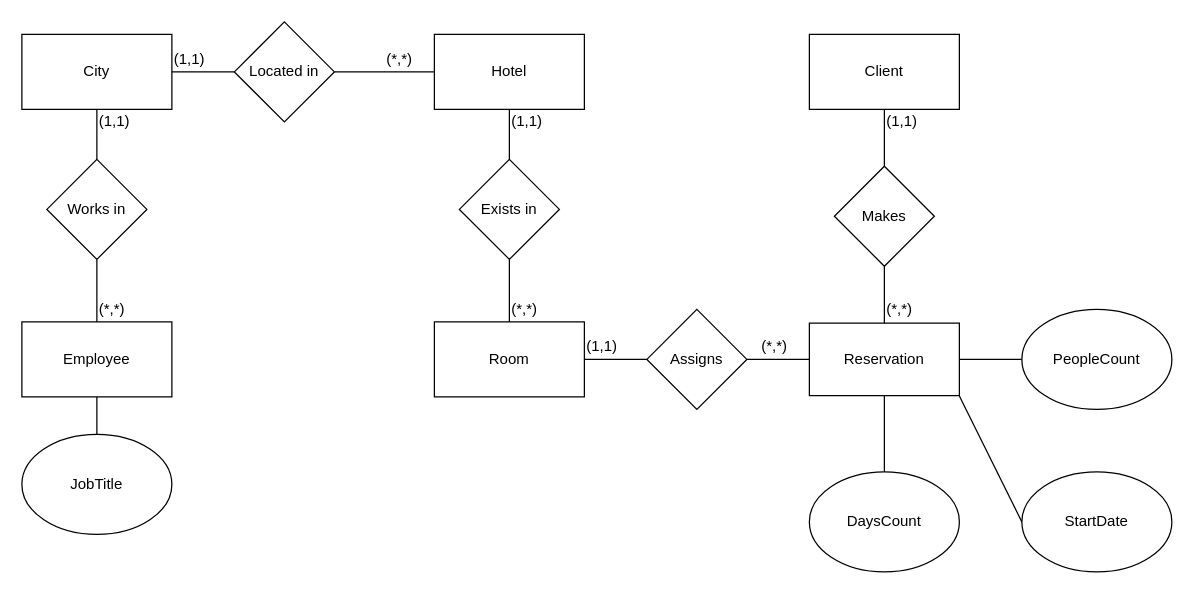
Before: Task1/Task1.drawio in devtot0/FundamentalsOfDatabases, a draw.io diagram. Source tidied: cells renumbered, new cells numbered last; positions are measured from the earlier drawing's top-left corner, leaving out a move shared by most shapes. Both pictures are drawn from the tidied source at 125%, with x=0, y=0 at pixel (21, 21).
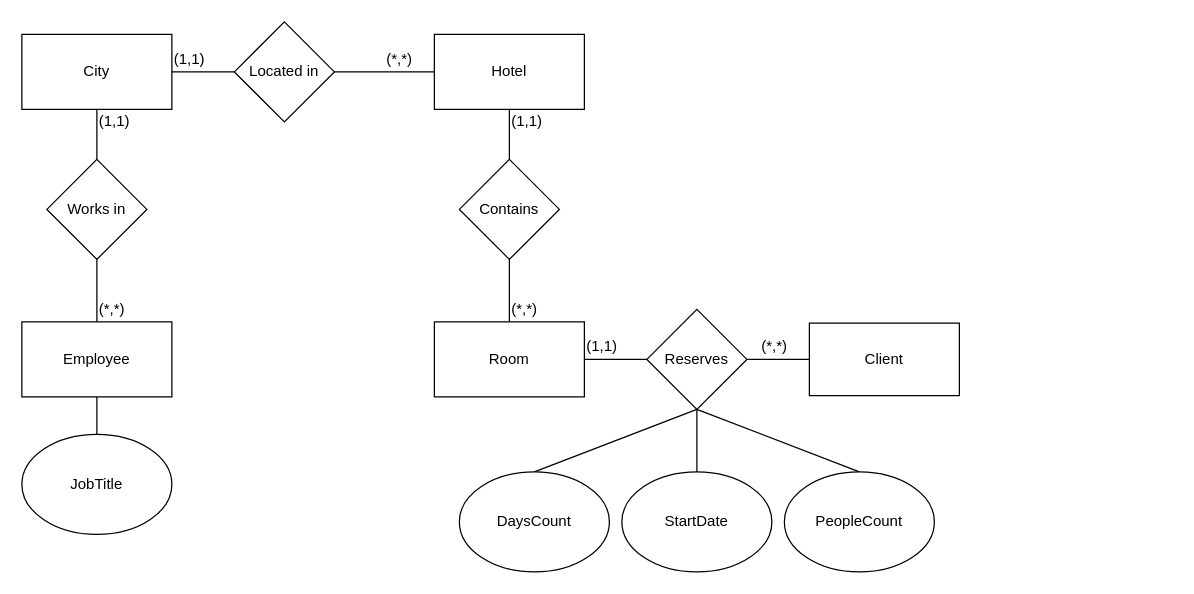
After the change.

Commit message:
Update: Reserves relation

Diff of the diagram source:
```diff
@@
-    <mxCell id="7" value="Reservation&lt;br&gt;" style="rounded=0;whiteSpace=wrap;html=1;" parent="1" vertex="1">
+    <mxCell id="7" value="Client&lt;br&gt;" style="rounded=0;whiteSpace=wrap;html=1;" parent="1" vertex="1">
       <mxGeometry x="630" y="241" width="120" height="58" as="geometry" />
     </mxCell>
-    <mxCell id="8" style="edgeStyle=none;rounded=0;jettySize=auto;html=1;exitX=0;exitY=0.5;exitDx=0;exitDy=0;entryX=1;entryY=0.5;entryDx=0;entryDy=0;endArrow=none;endFill=0;" parent="1" edge="1" source="9" target="7">
+    <mxCell id="8" style="edgeStyle=none;rounded=0;jettySize=auto;html=1;exitX=0.5;exitY=0;exitDx=0;exitDy=0;entryX=0.5;entryY=1;entryDx=0;entryDy=0;endArrow=none;endFill=0;" parent="1" edge="1" source="9" target="25">
       <mxGeometry relative="1" as="geometry" />
     </mxCell>
     <mxCell id="9" value="PeopleCount" style="ellipse;whiteSpace=wrap;html=1;" parent="1" vertex="1">
-      <mxGeometry x="800" y="230" width="120" height="80" as="geometry" />
+      <mxGeometry x="610" y="360" width="120" height="80" as="geometry" />
     </mxCell>
-    <mxCell id="10" style="edgeStyle=none;rounded=0;jettySize=auto;html=1;exitX=0;exitY=0.5;exitDx=0;exitDy=0;entryX=1;entryY=1.006;entryDx=0;entryDy=0;endArrow=none;endFill=0;entryPerimeter=0;" parent="1" edge="1" source="11" target="7">
+    <mxCell id="10" style="edgeStyle=none;rounded=0;jettySize=auto;html=1;exitX=0.5;exitY=0;exitDx=0;exitDy=0;entryX=0.5;entryY=1;entryDx=0;entryDy=0;endArrow=none;endFill=0;" parent="1" edge="1" source="11" target="25">
       <mxGeometry relative="1" as="geometry" />
     </mxCell>
     <mxCell id="11" value="StartDate" style="ellipse;whiteSpace=wrap;html=1;" parent="1" vertex="1">
-      <mxGeometry x="800" y="360" width="120" height="80" as="geometry" />
+      <mxGeometry x="480" y="360" width="120" height="80" as="geometry" />
     </mxCell>
-    <mxCell id="12" style="edgeStyle=none;rounded=0;jettySize=auto;html=1;exitX=0.5;exitY=0;exitDx=0;exitDy=0;entryX=0.5;entryY=1;entryDx=0;entryDy=0;endArrow=none;endFill=0;" parent="1" edge="1" source="13" target="7">
+    <mxCell id="12" style="edgeStyle=none;rounded=0;jettySize=auto;html=1;exitX=0.5;exitY=0;exitDx=0;exitDy=0;entryX=0.5;entryY=1;entryDx=0;entryDy=0;endArrow=none;endFill=0;" parent="1" edge="1" source="13" target="25">
       <mxGeometry relative="1" as="geometry" />
     </mxCell>
     <mxCell id="13" value="DaysCount&lt;br&gt;" style="ellipse;whiteSpace=wrap;html=1;" parent="1" vertex="1">
-      <mxGeometry x="630" y="360" width="120" height="80" as="geometry" />
+      <mxGeometry x="350" y="360" width="120" height="80" as="geometry" />
     </mxCell>
@@
-    <mxCell id="15" value="Exists in" style="rhombus;whiteSpace=wrap;html=1;" parent="1" vertex="1">
+    <mxCell id="15" value="Contains" style="rhombus;whiteSpace=wrap;html=1;" parent="1" vertex="1">
       <mxGeometry x="350" y="110" width="80" height="80" as="geometry" />
     </mxCell>
@@
-    <mxCell id="25" value="Assigns" style="rhombus;whiteSpace=wrap;html=1;" parent="1" vertex="1">
+    <mxCell id="25" value="Reserves" style="rhombus;whiteSpace=wrap;html=1;" parent="1" vertex="1">
       <mxGeometry x="500" y="230" width="80" height="80" as="geometry" />
     </mxCell>
@@
-    <mxCell id="35" value="Client" style="rounded=0;whiteSpace=wrap;html=1;" parent="1" vertex="1">
-      <mxGeometry x="630" y="10" width="120" height="60" as="geometry" />
-    </mxCell>
-    <mxCell id="36" style="rounded=0;jettySize=auto;html=1;exitX=0.5;exitY=0;exitDx=0;exitDy=0;entryX=0.5;entryY=1;entryDx=0;entryDy=0;endArrow=none;endFill=0;" parent="1" edge="1" source="38" target="35">
-      <mxGeometry relative="1" as="geometry" />
-    </mxCell>
-    <mxCell id="37" style="edgeStyle=none;rounded=0;jettySize=auto;html=1;exitX=0.5;exitY=1;exitDx=0;exitDy=0;entryX=0.5;entryY=0;entryDx=0;entryDy=0;endArrow=none;endFill=0;" parent="1" edge="1" source="38" target="7">
-      <mxGeometry relative="1" as="geometry" />
-    </mxCell>
-    <mxCell id="38" value="Makes" style="rhombus;whiteSpace=wrap;html=1;" parent="1" vertex="1">
-      <mxGeometry x="650" y="115.5" width="80" height="80" as="geometry" />
-    </mxCell>
-    <mxCell id="39" value="(1,1)" style="text;html=1;align=left;verticalAlign=top;spacingTop=-4;" parent="1" vertex="1">
-      <mxGeometry x="690" y="70" width="40" height="20" as="geometry" />
-    </mxCell>
-    <mxCell id="40" value="(*,*)" style="text;html=1;align=left;verticalAlign=top;spacingTop=-4;" parent="1" vertex="1">
-      <mxGeometry x="690" y="220" width="40" height="20" as="geometry" />
-    </mxCell>
```
